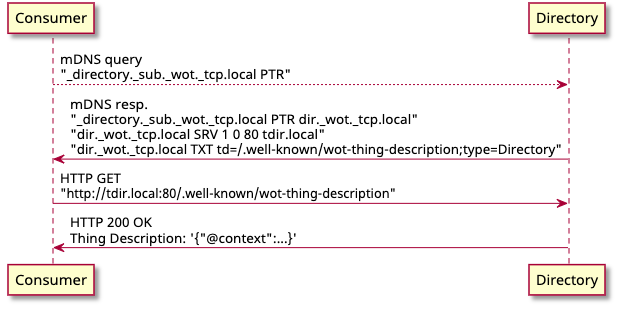
Earlier version of the PlantUML export images/sequence-dnssd-directory.png (w3c/wot-discovery). Its source is kept beside it as images/sequence-dnssd-directory.puml. Its diagram source:
```plantuml
@startuml
skinparam defaultFontName "Noto Sans"
participant "Consumer" as Consumer
participant "Directory" as Directory

Consumer --> Directory : mDNS query\n"_directory._sub._wot._tcp.local PTR"
Directory ->  Consumer : mDNS resp.\n"_directory._sub._wot._tcp.local PTR dir._wot._tcp.local"\n"dir._wot._tcp.local SRV 1 0 80 tdir.local"\n"dir._wot._tcp.local TXT td=/.well-known/wot-thing-description;type=Directory"
Consumer -> Directory  : HTTP GET\n"http://tdir.local:80/.well-known/wot-thing-description"
Directory ->  Consumer : HTTP 200 OK\nThing Description: '{"@context":...}'
@enduml
```
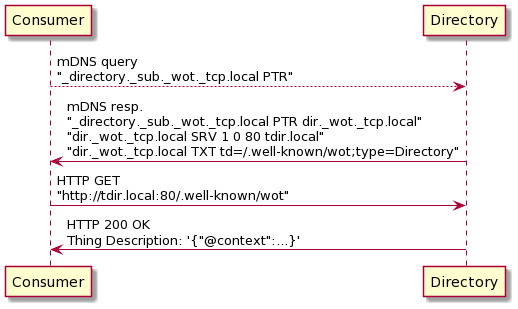
Above is the later version.

The edit, as a diff of the source:
```diff
@@ -1,10 +1,11 @@
 @startuml
+skin rose
 skinparam defaultFontName "Noto Sans"
 participant "Consumer" as Consumer
 participant "Directory" as Directory
 
 Consumer --> Directory : mDNS query\n"_directory._sub._wot._tcp.local PTR"
-Directory ->  Consumer : mDNS resp.\n"_directory._sub._wot._tcp.local PTR dir._wot._tcp.local"\n"dir._wot._tcp.local SRV 1 0 80 tdir.local"\n"dir._wot._tcp.local TXT td=/.well-known/wot-thing-description;type=Directory"
-Consumer -> Directory  : HTTP GET\n"http://tdir.local:80/.well-known/wot-thing-description"
+Directory ->  Consumer : mDNS resp.\n"_directory._sub._wot._tcp.local PTR dir._wot._tcp.local"\n"dir._wot._tcp.local SRV 1 0 80 tdir.local"\n"dir._wot._tcp.local TXT td=/.well-known/wot;type=Directory"
+Consumer -> Directory  : HTTP GET\n"http://tdir.local:80/.well-known/wot"
 Directory ->  Consumer : HTTP 200 OK\nThing Description: '{"@context":...}'
 @enduml
```
